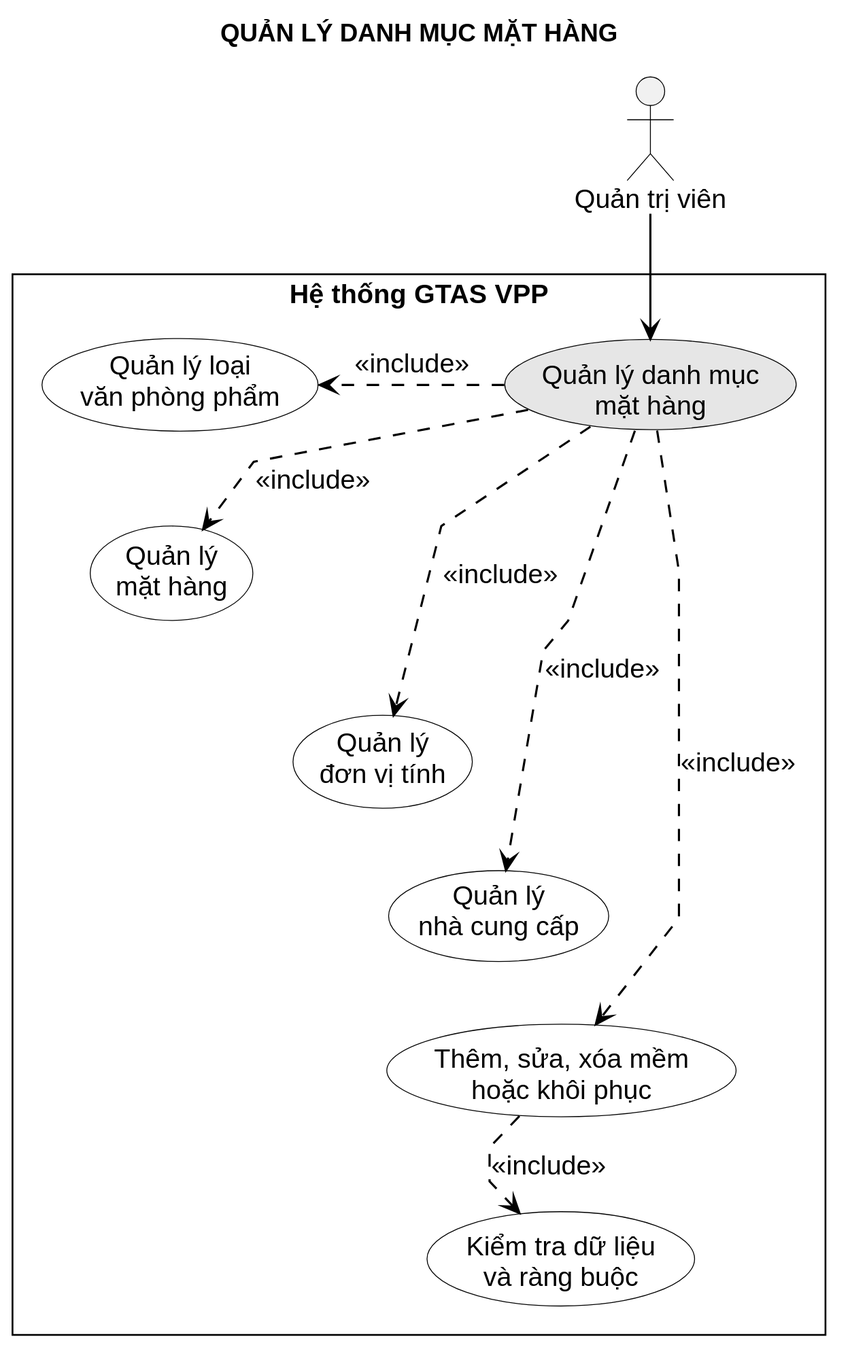
Before: LVTN/diagrams/ch03/use-case-manage-catalog.svg, a diagram exported from PlantUML (Miikey24s/gtas_vpp). Source of this version:
```plantuml
@startuml
!include ../common/usecase-style.puml
title QUẢN LÝ DANH MỤC MẶT HÀNG

actor "Quản trị viên" as Admin

rectangle "Hệ thống GTAS VPP" {
  usecase "Quản lý danh mục\nmặt hàng" as Manage #E6E6E6
  usecase "Quản lý loại\nvăn phòng phẩm" as Category
  usecase "Quản lý\nmặt hàng" as Item
  usecase "Quản lý\nđơn vị tính" as Uom
  usecase "Quản lý\nnhà cung cấp" as Supplier
  usecase "Thêm, sửa, xóa mềm\nhoặc khôi phục" as Save
  usecase "Kiểm tra dữ liệu\nvà ràng buộc" as Validate

  Manage -[hidden]right- Category
  Manage .> Category : <<include>>
  Manage .> Item : <<include>>
  Manage .> Uom : <<include>>
  Manage .> Supplier : <<include>>
  Manage .> Save : <<include>>
  Save .> Validate : <<include>>

  Category -[hidden]down- Item
  Item -[hidden]down- Uom
  Uom -[hidden]down- Supplier
  Supplier -[hidden]down- Save
  Save -[hidden]down- Validate
}

Admin --> Manage
@enduml
```
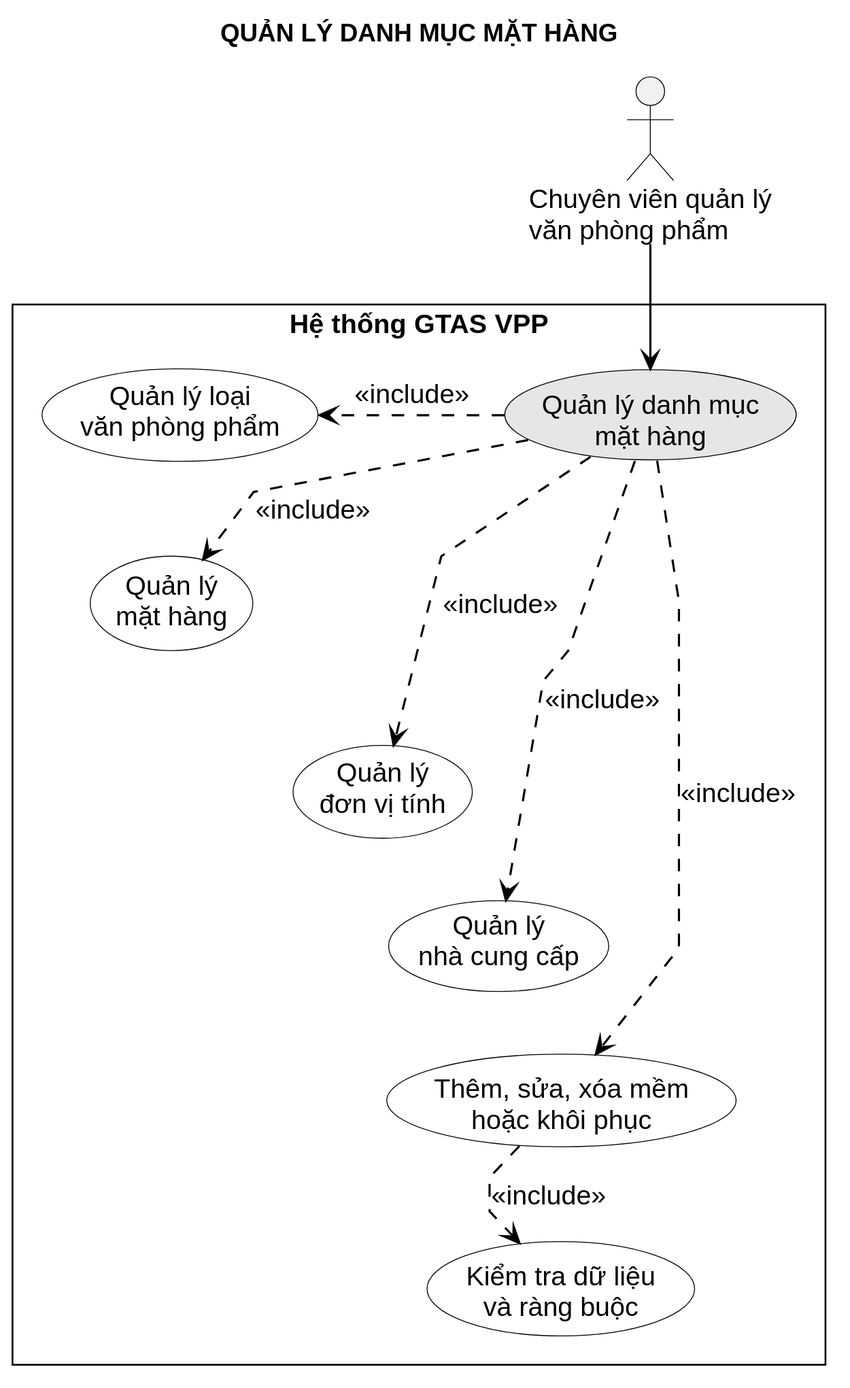
After the commit.

The edit, as a diff of the source:
```diff
@@ -2,7 +2,7 @@
 !include ../common/usecase-style.puml
 title QUẢN LÝ DANH MỤC MẶT HÀNG
 
-actor "Quản trị viên" as Admin
+actor "Chuyên viên quản lý\nvăn phòng phẩm" as Procurement
 
 rectangle "Hệ thống GTAS VPP" {
   usecase "Quản lý danh mục\nmặt hàng" as Manage #E6E6E6
@@ -28,5 +28,5 @@
   Save -[hidden]down- Validate
 }
 
-Admin --> Manage
+Procurement --> Manage
 @enduml
```
